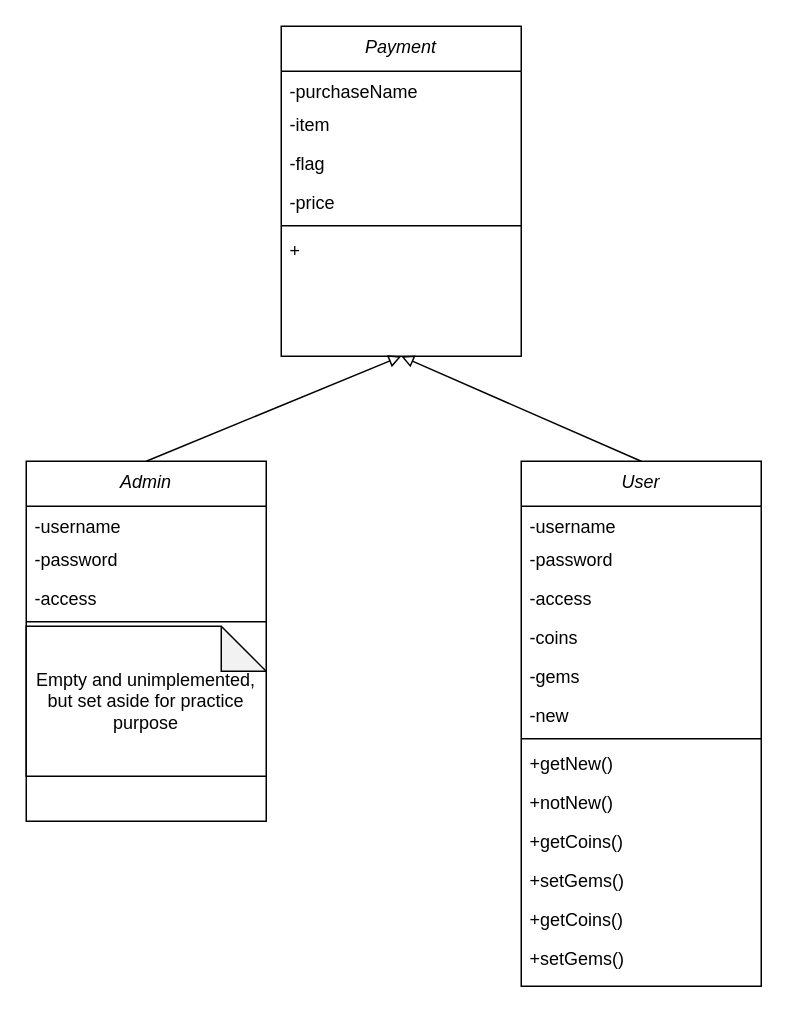
This is Untitled Diagram.drawio from KO-KAYO/csprojectUML, a draw.io file, before an edit. Source tidied: cells renumbered, new cells numbered last; positions are measured from the earlier drawing's top-left corner, leaving out a move shared by most shapes. Both pictures are drawn from the tidied source at 150%, with x=0, y=0 at pixel (26, 26).
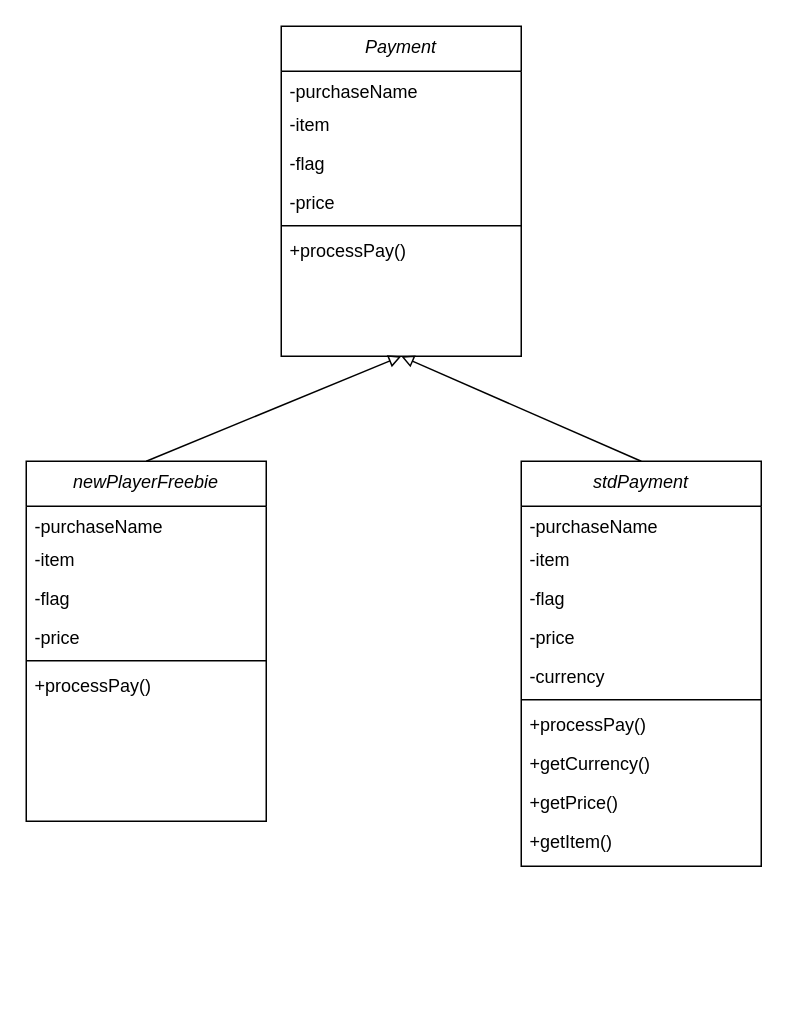
After the change.

Unchanged cells that the change refers to:
```xml
<mxCell id="2" value="Payment" style="swimlane;fontStyle=2;align=center;verticalAlign=top;horizontal=1;startSize=30;rounded=0;shadow=0;strokeWidth=1;" parent="1" vertex="1">
  <mxGeometry x="170" width="160" height="220" as="geometry" />
</mxCell>
```

What changed in the source:
```diff
@@
-    <mxCell id="8" value="+" style="text;align=left;verticalAlign=top;spacingLeft=4;spacingRight=4;overflow=hidden;rounded=0;shadow=0;html=0;" parent="2" vertex="1">
+    <mxCell id="8" value="+processPay()" style="text;align=left;verticalAlign=top;spacingLeft=4;spacingRight=4;overflow=hidden;rounded=0;shadow=0;html=0;" parent="2" vertex="1">
       <mxGeometry y="136" width="160" height="26" as="geometry" />
     </mxCell>
-    <mxCell id="9" value="User" style="swimlane;fontStyle=2;align=center;verticalAlign=top;horizontal=1;startSize=30;rounded=0;shadow=0;strokeWidth=1;" parent="1" vertex="1">
-      <mxGeometry x="330" y="290" width="160" height="350" as="geometry" />
-    </mxCell>
-    <mxCell id="10" value="-username" style="text;align=left;verticalAlign=top;spacingLeft=4;spacingRight=4;overflow=hidden;" parent="9" vertex="1">
-      <mxGeometry y="30" width="160" height="22" as="geometry" />
-    </mxCell>
-    <mxCell id="11" value="-password" style="text;align=left;verticalAlign=top;spacingLeft=4;spacingRight=4;overflow=hidden;rounded=0;shadow=0;html=0;" parent="9" vertex="1">
-      <mxGeometry y="52" width="160" height="26" as="geometry" />
-    </mxCell>
-    <mxCell id="12" value="-access" style="text;align=left;verticalAlign=top;spacingLeft=4;spacingRight=4;overflow=hidden;rounded=0;shadow=0;html=0;" parent="9" vertex="1">
-      <mxGeometry y="78" width="160" height="26" as="geometry" />
-    </mxCell>
-    <mxCell id="13" value="-coins" style="text;align=left;verticalAlign=top;spacingLeft=4;spacingRight=4;overflow=hidden;rounded=0;shadow=0;html=0;" parent="9" vertex="1">
-      <mxGeometry y="104" width="160" height="26" as="geometry" />
-    </mxCell>
-    <mxCell id="14" value="-gems" style="text;align=left;verticalAlign=top;spacingLeft=4;spacingRight=4;overflow=hidden;rounded=0;shadow=0;html=0;" parent="9" vertex="1">
-      <mxGeometry y="130" width="160" height="26" as="geometry" />
-    </mxCell>
-    <mxCell id="15" value="-new" style="text;align=left;verticalAlign=top;spacingLeft=4;spacingRight=4;overflow=hidden;rounded=0;shadow=0;html=0;" parent="9" vertex="1">
-      <mxGeometry y="156" width="160" height="26" as="geometry" />
-    </mxCell>
-    <mxCell id="16" style="line;html=1;strokeWidth=1;align=left;verticalAlign=middle;spacingTop=-1;spacingLeft=3;spacingRight=3;labelPosition=right;" parent="9" vertex="1">
-      <mxGeometry y="182" width="160" height="6" as="geometry" />
-    </mxCell>
-    <mxCell id="17" value="+getNew()&#10;" style="text;align=left;verticalAlign=top;spacingLeft=4;spacingRight=4;overflow=hidden;rounded=0;shadow=0;html=0;" parent="9" vertex="1">
-      <mxGeometry y="188" width="160" height="26" as="geometry" />
-    </mxCell>
-    <mxCell id="18" value="+notNew()" style="text;align=left;verticalAlign=top;spacingLeft=4;spacingRight=4;overflow=hidden;rounded=0;shadow=0;html=0;" parent="9" vertex="1">
-      <mxGeometry y="214" width="160" height="26" as="geometry" />
-    </mxCell>
-    <mxCell id="19" value="+getCoins()" style="text;align=left;verticalAlign=top;spacingLeft=4;spacingRight=4;overflow=hidden;rounded=0;shadow=0;html=0;" parent="9" vertex="1">
-      <mxGeometry y="240" width="160" height="26" as="geometry" />
-    </mxCell>
-    <mxCell id="20" value="+setGems()" style="text;align=left;verticalAlign=top;spacingLeft=4;spacingRight=4;overflow=hidden;rounded=0;shadow=0;html=0;" parent="9" vertex="1">
-      <mxGeometry y="266" width="160" height="26" as="geometry" />
-    </mxCell>
-    <mxCell id="21" value="+getCoins()" style="text;align=left;verticalAlign=top;spacingLeft=4;spacingRight=4;overflow=hidden;rounded=0;shadow=0;html=0;" parent="9" vertex="1">
-      <mxGeometry y="292" width="160" height="26" as="geometry" />
-    </mxCell>
-    <mxCell id="22" value="+setGems()" style="text;align=left;verticalAlign=top;spacingLeft=4;spacingRight=4;overflow=hidden;rounded=0;shadow=0;html=0;" parent="9" vertex="1">
-      <mxGeometry y="318" width="160" height="26" as="geometry" />
-    </mxCell>
-    <mxCell id="23" value="Admin" style="swimlane;fontStyle=2;align=center;verticalAlign=top;horizontal=1;startSize=30;rounded=0;shadow=0;strokeWidth=1;" parent="1" vertex="1">
+    <mxCell id="23" value="newPlayerFreebie" style="swimlane;fontStyle=2;align=center;verticalAlign=top;horizontal=1;startSize=30;rounded=0;shadow=0;strokeWidth=1;" parent="1" vertex="1">
       <mxGeometry y="290" width="160" height="240" as="geometry" />
     </mxCell>
-    <mxCell id="24" value="-username" style="text;align=left;verticalAlign=top;spacingLeft=4;spacingRight=4;overflow=hidden;" parent="23" vertex="1">
+    <mxCell id="24" value="-purchaseName" style="text;align=left;verticalAlign=top;spacingLeft=4;spacingRight=4;overflow=hidden;" parent="23" vertex="1">
       <mxGeometry y="30" width="160" height="22" as="geometry" />
     </mxCell>
-    <mxCell id="25" value="-password" style="text;align=left;verticalAlign=top;spacingLeft=4;spacingRight=4;overflow=hidden;rounded=0;shadow=0;html=0;" parent="23" vertex="1">
+    <mxCell id="25" value="-item" style="text;align=left;verticalAlign=top;spacingLeft=4;spacingRight=4;overflow=hidden;rounded=0;shadow=0;html=0;" parent="23" vertex="1">
       <mxGeometry y="52" width="160" height="26" as="geometry" />
     </mxCell>
-    <mxCell id="26" value="-access" style="text;align=left;verticalAlign=top;spacingLeft=4;spacingRight=4;overflow=hidden;rounded=0;shadow=0;html=0;" parent="23" vertex="1">
+    <mxCell id="26" value="-flag" style="text;align=left;verticalAlign=top;spacingLeft=4;spacingRight=4;overflow=hidden;rounded=0;shadow=0;html=0;" parent="23" vertex="1">
       <mxGeometry y="78" width="160" height="26" as="geometry" />
     </mxCell>
+    <mxCell id="31" value="-price" style="text;align=left;verticalAlign=top;spacingLeft=4;spacingRight=4;overflow=hidden;rounded=0;shadow=0;html=0;" parent="23" vertex="1">
+      <mxGeometry y="104" width="160" height="26" as="geometry" />
+    </mxCell>
     <mxCell id="27" style="line;html=1;strokeWidth=1;align=left;verticalAlign=middle;spacingTop=-1;spacingLeft=3;spacingRight=3;labelPosition=right;" parent="23" vertex="1">
-      <mxGeometry y="104" width="160" height="6" as="geometry" />
+      <mxGeometry y="130" width="160" height="6" as="geometry" />
     </mxCell>
-    <mxCell id="28" value="Empty and unimplemented, but set aside for practice purpose" style="shape=note;whiteSpace=wrap;html=1;backgroundOutline=1;darkOpacity=0.05;" parent="23" vertex="1">
-      <mxGeometry y="110" width="160" height="100" as="geometry" />
-    </mxCell>
+    <mxCell id="32" value="+processPay()" style="text;align=left;verticalAlign=top;spacingLeft=4;spacingRight=4;overflow=hidden;rounded=0;shadow=0;html=0;" parent="23" vertex="1">
+      <mxGeometry y="136" width="160" height="26" as="geometry" />
+    </mxCell>
@@
-    <mxCell id="30" style="endArrow=block;html=1;rounded=0;exitX=0.5;exitY=0;exitDx=0;exitDy=0;entryX=0.5;entryY=1;entryDx=0;entryDy=0;endFill=0;" parent="1" edge="1" source="9" target="2">
-      <mxGeometry relative="1" as="geometry" />
+    <mxCell id="30" style="endArrow=block;html=1;rounded=0;exitX=0.5;exitY=0;exitDx=0;exitDy=0;entryX=0.5;entryY=1;entryDx=0;entryDy=0;endFill=0;" parent="1" edge="1" target="2">
+      <mxGeometry relative="1" as="geometry">
+        <mxPoint x="410" y="290" as="sourcePoint" />
+      </mxGeometry>
     </mxCell>
+    <mxCell id="33" value="stdPayment" style="swimlane;fontStyle=2;align=center;verticalAlign=top;horizontal=1;startSize=30;rounded=0;shadow=0;strokeWidth=1;" parent="1" vertex="1">
+      <mxGeometry x="330" y="290" width="160" height="270" as="geometry" />
+    </mxCell>
+    <mxCell id="34" value="-purchaseName" style="text;align=left;verticalAlign=top;spacingLeft=4;spacingRight=4;overflow=hidden;" parent="33" vertex="1">
+      <mxGeometry y="30" width="160" height="22" as="geometry" />
+    </mxCell>
+    <mxCell id="35" value="-item" style="text;align=left;verticalAlign=top;spacingLeft=4;spacingRight=4;overflow=hidden;rounded=0;shadow=0;html=0;" parent="33" vertex="1">
+      <mxGeometry y="52" width="160" height="26" as="geometry" />
+    </mxCell>
+    <mxCell id="36" value="-flag" style="text;align=left;verticalAlign=top;spacingLeft=4;spacingRight=4;overflow=hidden;rounded=0;shadow=0;html=0;" parent="33" vertex="1">
+      <mxGeometry y="78" width="160" height="26" as="geometry" />
+    </mxCell>
+    <mxCell id="37" value="-price" style="text;align=left;verticalAlign=top;spacingLeft=4;spacingRight=4;overflow=hidden;rounded=0;shadow=0;html=0;" parent="33" vertex="1">
+      <mxGeometry y="104" width="160" height="26" as="geometry" />
+    </mxCell>
+    <mxCell id="38" value="-currency" style="text;align=left;verticalAlign=top;spacingLeft=4;spacingRight=4;overflow=hidden;rounded=0;shadow=0;html=0;" parent="33" vertex="1">
+      <mxGeometry y="130" width="160" height="26" as="geometry" />
+    </mxCell>
+    <mxCell id="39" style="line;html=1;strokeWidth=1;align=left;verticalAlign=middle;spacingTop=-1;spacingLeft=3;spacingRight=3;labelPosition=right;" parent="33" vertex="1">
+      <mxGeometry y="156" width="160" height="6" as="geometry" />
+    </mxCell>
+    <mxCell id="40" value="+processPay()" style="text;align=left;verticalAlign=top;spacingLeft=4;spacingRight=4;overflow=hidden;rounded=0;shadow=0;html=0;" parent="33" vertex="1">
+      <mxGeometry y="162" width="160" height="26" as="geometry" />
+    </mxCell>
+    <mxCell id="41" value="+getCurrency()" style="text;align=left;verticalAlign=top;spacingLeft=4;spacingRight=4;overflow=hidden;rounded=0;shadow=0;html=0;" parent="33" vertex="1">
+      <mxGeometry y="188" width="160" height="26" as="geometry" />
+    </mxCell>
+    <mxCell id="42" value="+getPrice()" style="text;align=left;verticalAlign=top;spacingLeft=4;spacingRight=4;overflow=hidden;rounded=0;shadow=0;html=0;" parent="33" vertex="1">
+      <mxGeometry y="214" width="160" height="26" as="geometry" />
+    </mxCell>
+    <mxCell id="43" value="+getItem()" style="text;align=left;verticalAlign=top;spacingLeft=4;spacingRight=4;overflow=hidden;rounded=0;shadow=0;html=0;" parent="33" vertex="1">
+      <mxGeometry y="240" width="160" height="26" as="geometry" />
+    </mxCell>
```
